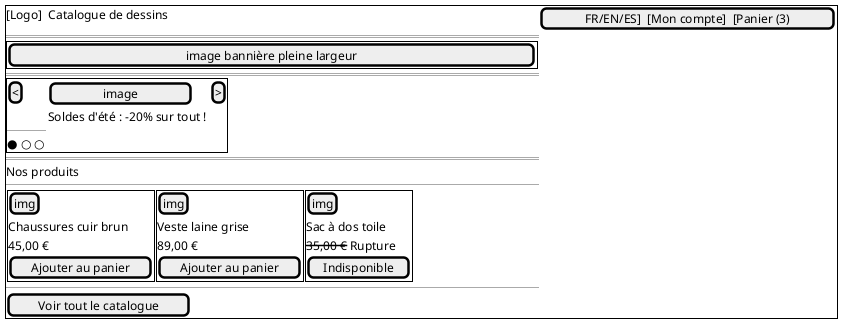
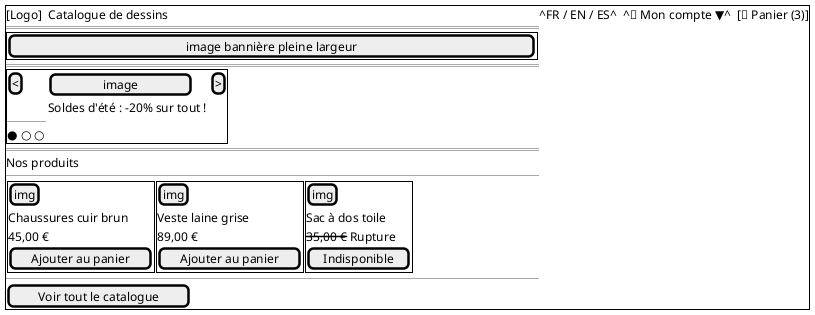
@startuml ihm-pa-accueil
' Composant PA : Portail Acheteur
' Fonctions allouées : FS-V11 (carrousel annonces), FS-V16 (bannière hero configurable)
salt
{+
  ' ── Header ──────────────────────────────────────────
-   [Logo]  Catalogue de dessins  |  [FR/EN/ES]  [Mon compte]  [Panier (3)]
+   [Logo]  Catalogue de dessins  |  ^FR / EN / ES^  ^👤 Mon compte ▼^  [🛒 Panier (3)]
  ==
  ' ── Bannière hero (image configurable, FS-V16) ──────
  {+
    [                  image bannière pleine largeur                  ]
  }
  ==
  ' ── Carrousel d'annonces (FS-V11) ───────────────────
  {+
    [<]  |  {
             [      image      ]
             Soldes d'été : -20% sur tout !
           }  |  [>]
    --
    ● ○ ○
  }
  ==
  ' ── Extraits catalogue ───────────────────────────────
  Nos produits
  --
  {
    {+
      [img]
      Chaussures cuir brun
      45,00 €
      [Ajouter au panier]
    }  |
    {+
      [img]
      Veste laine grise
      89,00 €
      [Ajouter au panier]
    }  |
    {+
      [img]
      Sac à dos toile
      <s>35,00 €</s> Rupture
      [Indisponible]
    }
  }
  --
  [Voir tout le catalogue]
}
@enduml
